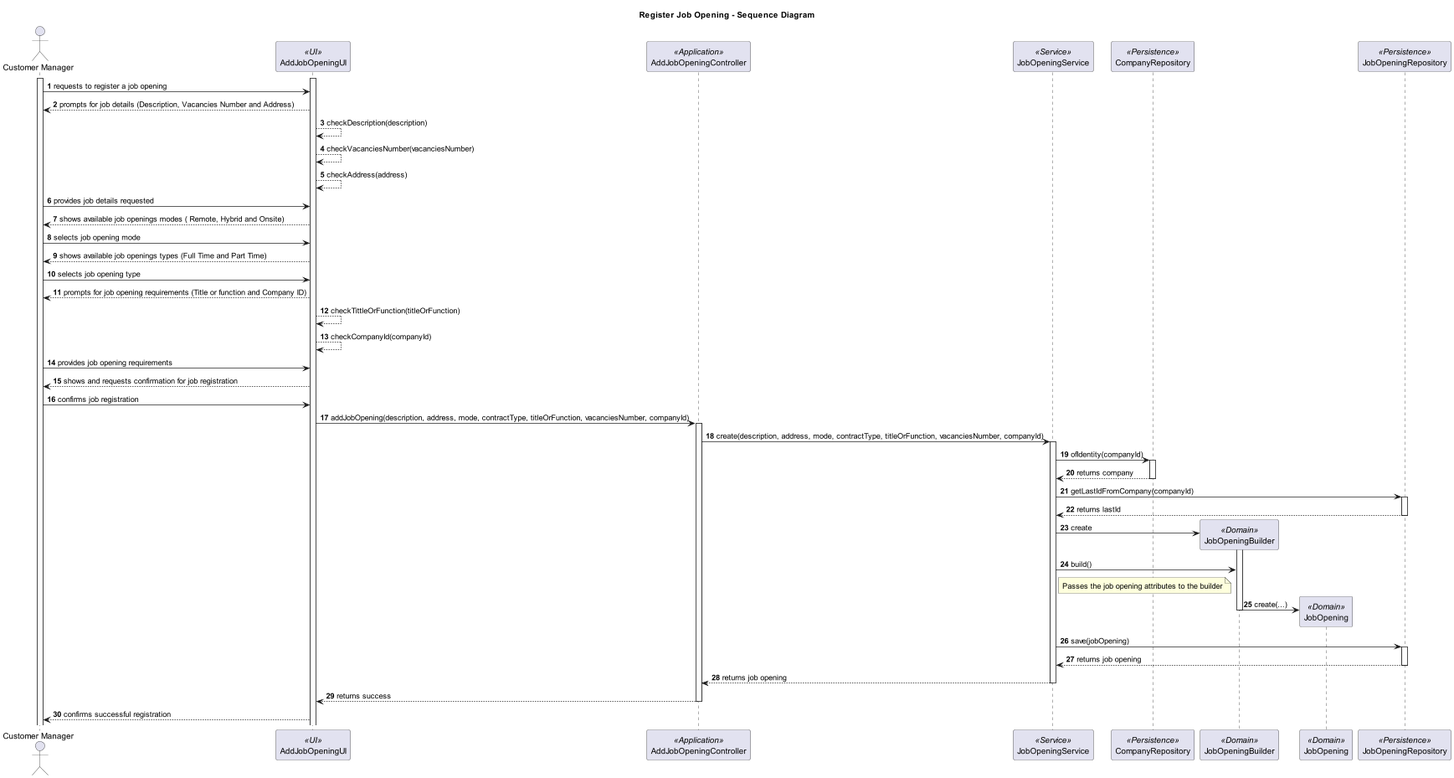
Before: docs/sprintB/1002/svg/1002-sequence-diagram-Register_Job_Opening___Sequence_Diagram.png, a diagram exported from PlantUML (marcoferreira37/Lapr4).
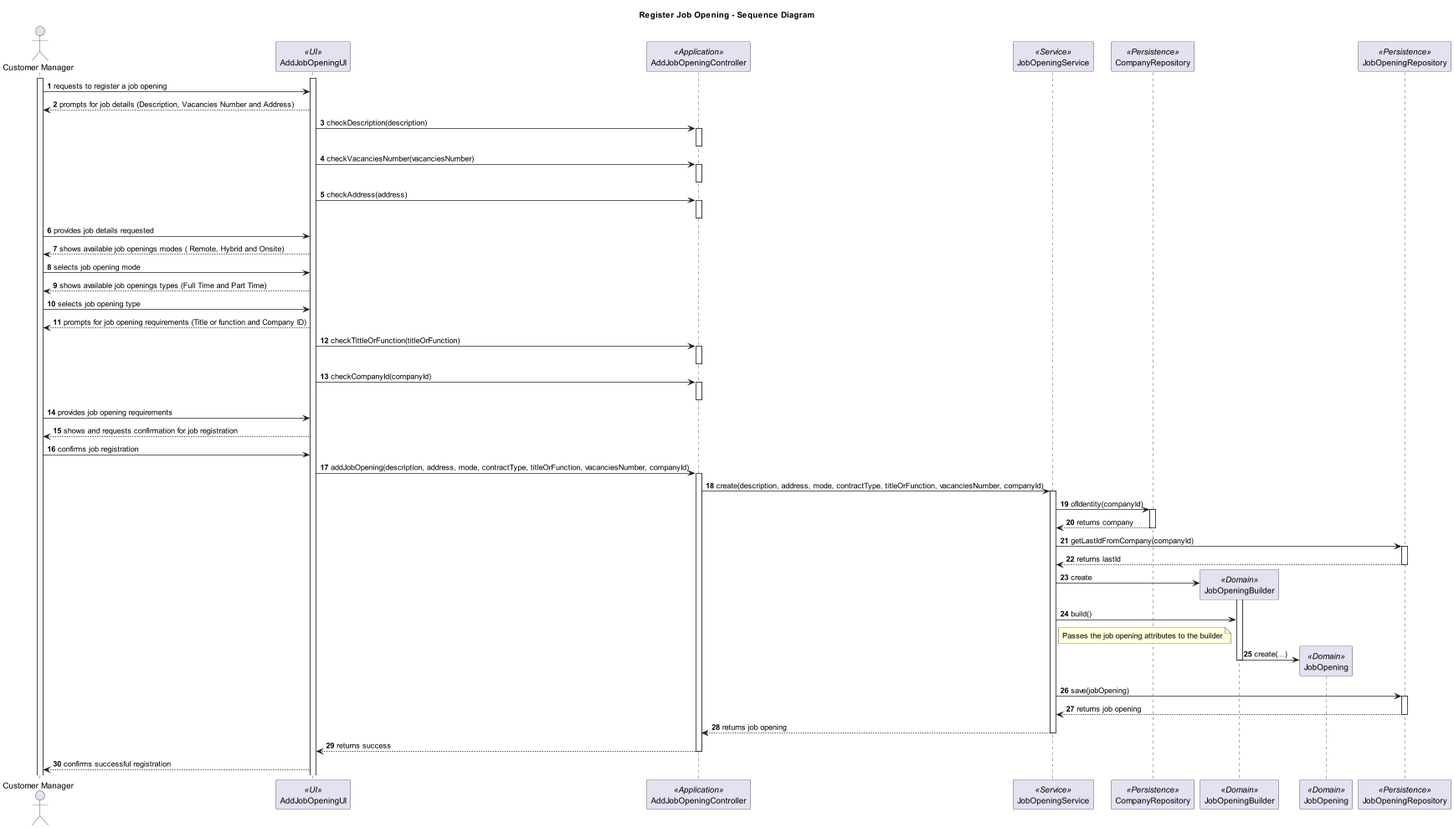
After the change.

What changed in the source:
```diff
@@ -19,11 +19,22 @@
 
 UI --> M : prompts for job details (Description, Vacancies Number and Address)
 
-UI --> UI : checkDescription(description)
+UI -> Controller : checkDescription(description)
 
-UI --> UI : checkVacanciesNumber(vacanciesNumber)
+activate Controller
+deactivate Controller
 
-UI --> UI : checkAddress(address)
+UI -> Controller : checkVacanciesNumber(vacanciesNumber)
+
+activate Controller
+deactivate Controller
+
+UI -> Controller : checkAddress(address)
+
+activate Controller
+deactivate Controller
+
+deactivate Controller
 
 M -> UI : provides job details requested
 
@@ -37,9 +48,15 @@
 
 UI --> M :  prompts for job opening requirements (Title or function and Company ID)
 
-UI --> UI: checkTittleOrFunction(titleOrFunction)
+UI -> Controller: checkTittleOrFunction(titleOrFunction)
 
-UI --> UI: checkCompanyId(companyId)
+activate Controller
+deactivate Controller
+
+UI -> Controller: checkCompanyId(companyId)
+activate Controller
+
+deactivate Controller
 
 M -> UI : provides job opening requirements
 
```
